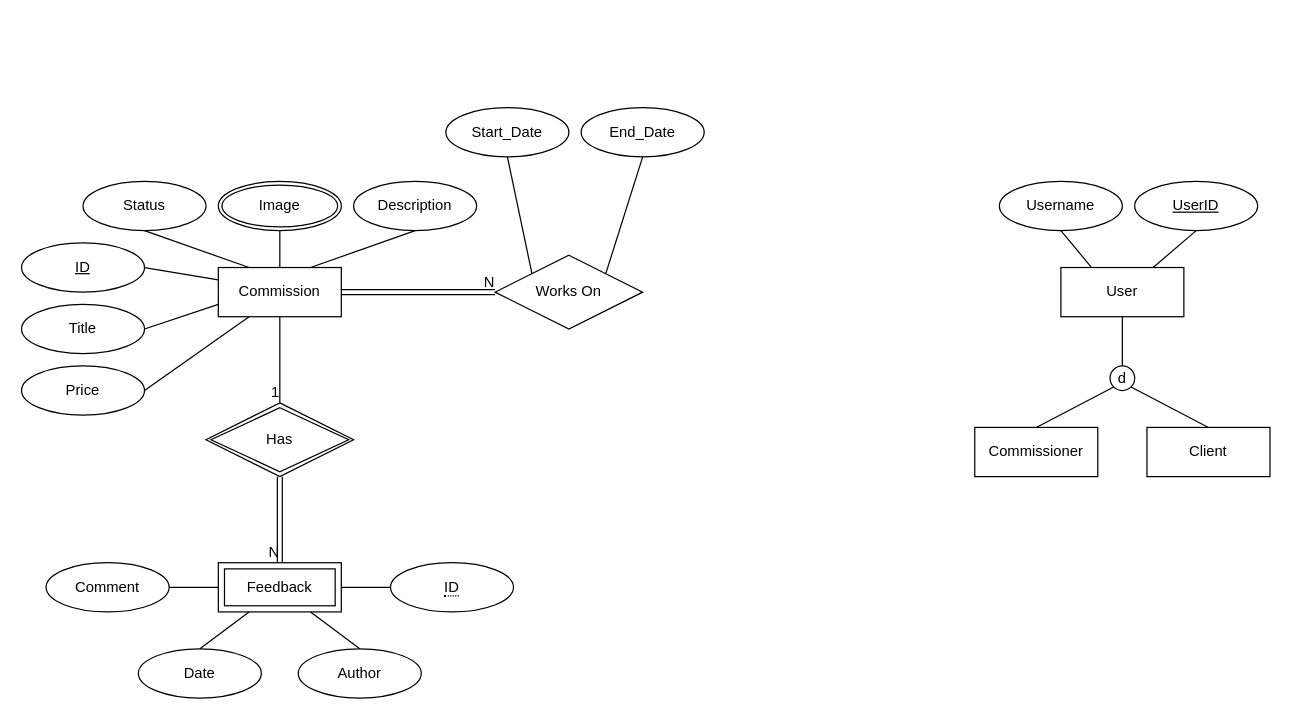
Before: Diagrams/Phase1.drawio in CocoaMilka/CS2300_Diagrams, a draw.io diagram. Source tidied: cells renumbered, new cells numbered last; positions are measured from the earlier drawing's top-left corner, leaving out a move shared by most shapes. Both pictures are drawn from the tidied source at 123%, with x=0, y=0 at pixel (21, 107).
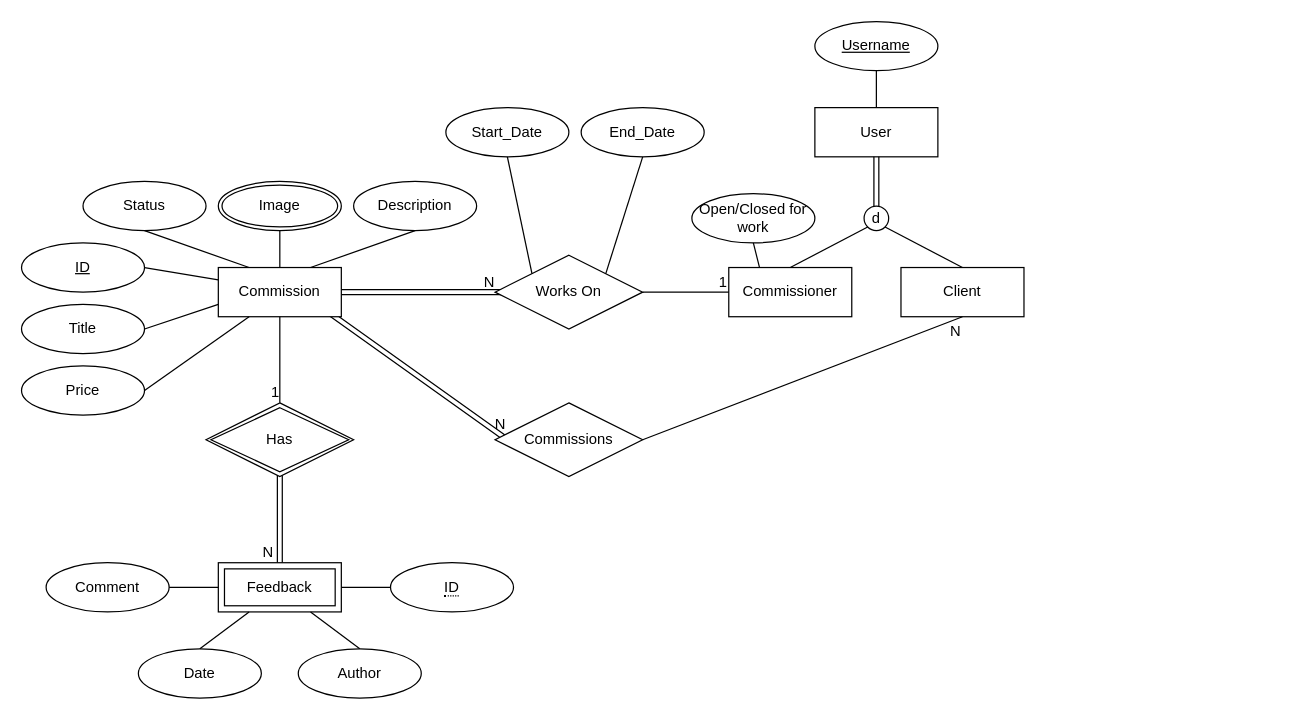
Above is the later version.

Unchanged cells that the change refers to:
```xml
<mxCell id="3" value="&lt;div&gt;Commission&lt;/div&gt;" style="whiteSpace=wrap;html=1;align=center;" parent="1" vertex="1">
  <mxGeometry x="160" y="130" width="100" height="40" as="geometry" />
</mxCell>
<mxCell id="4" value="Feedback" style="shape=ext;margin=3;double=1;whiteSpace=wrap;html=1;align=center;" parent="1" vertex="1">
  <mxGeometry x="160" y="370" width="100" height="40" as="geometry" />
</mxCell>
<mxCell id="6" value="Works On" style="shape=rhombus;perimeter=rhombusPerimeter;whiteSpace=wrap;html=1;align=center;" parent="1" vertex="1">
  <mxGeometry x="385" y="120" width="120" height="60" as="geometry" />
</mxCell>
<mxCell id="9" value="Has" style="shape=rhombus;double=1;perimeter=rhombusPerimeter;whiteSpace=wrap;html=1;align=center;" parent="1" vertex="1">
  <mxGeometry x="150" y="240" width="120" height="60" as="geometry" />
</mxCell>
```

Diff of the diagram source:
```diff
@@
+    <mxCell id="27" style="shape=link;html=1;rounded=0;entryX=0.5;entryY=0;entryDx=0;entryDy=0;exitX=0.5;exitY=0.833;exitDx=0;exitDy=0;exitPerimeter=0;" parent="1" edge="1" source="9" target="4">
+      <mxGeometry relative="1" as="geometry" />
+    </mxCell>
+    <mxCell id="28" value="N" style="html=1;align=right;verticalAlign=bottom;" parent="27" vertex="1">
+      <mxGeometry x="1" relative="1" as="geometry">
+        <mxPoint x="-5" as="offset" />
+      </mxGeometry>
+    </mxCell>
+    <mxCell id="7" style="shape=link;html=1;rounded=0;exitX=1;exitY=0.5;exitDx=0;exitDy=0;entryX=0.25;entryY=0.5;entryDx=0;entryDy=0;entryPerimeter=0;" parent="1" edge="1" source="3" target="6">
+      <mxGeometry relative="1" as="geometry" />
+    </mxCell>
+    <mxCell id="8" value="N" style="html=1;align=right;verticalAlign=bottom;" parent="7" vertex="1">
+      <mxGeometry x="1" relative="1" as="geometry">
+        <mxPoint x="-30" as="offset" />
+      </mxGeometry>
+    </mxCell>
+    <mxCell id="47" style="shape=link;html=1;rounded=0;shadow=0;exitX=0.808;exitY=0.75;exitDx=0;exitDy=0;exitPerimeter=0;" parent="1" edge="1" source="3">
+      <mxGeometry relative="1" as="geometry">
+        <mxPoint x="395" y="270" as="targetPoint" />
+      </mxGeometry>
+    </mxCell>
+    <mxCell id="48" value="N" style="html=1;whiteSpace=wrap;align=right;verticalAlign=bottom;" parent="47" vertex="1">
+      <mxGeometry x="1" relative="1" as="geometry">
+        <mxPoint y="-4" as="offset" />
+      </mxGeometry>
+    </mxCell>
     <mxCell id="2" value="Commissioner" style="whiteSpace=wrap;html=1;align=center;" parent="1" vertex="1">
-      <mxGeometry x="775" y="260" width="100" height="40" as="geometry" />
+      <mxGeometry x="575" y="130" width="100" height="40" as="geometry" />
     </mxCell>
@@
     <mxCell id="5" value="Client" style="whiteSpace=wrap;html=1;align=center;" parent="1" vertex="1">
-      <mxGeometry x="915" y="260" width="100" height="40" as="geometry" />
+      <mxGeometry x="715" y="130" width="100" height="40" as="geometry" />
     </mxCell>
@@
-    <mxCell id="7" style="shape=link;html=1;rounded=0;exitX=1;exitY=0.5;exitDx=0;exitDy=0;entryX=0;entryY=0.5;entryDx=0;entryDy=0;" parent="1" edge="1" source="3" target="6">
-      <mxGeometry relative="1" as="geometry" />
-    </mxCell>
-    <mxCell id="8" value="N" style="html=1;align=right;verticalAlign=bottom;" parent="7" vertex="1">
-      <mxGeometry x="1" relative="1" as="geometry" />
-    </mxCell>
@@
-    <mxCell id="27" style="shape=link;html=1;rounded=0;exitX=0.5;exitY=1;exitDx=0;exitDy=0;entryX=0.5;entryY=0;entryDx=0;entryDy=0;" parent="1" edge="1" source="9" target="4">
-      <mxGeometry relative="1" as="geometry" />
-    </mxCell>
-    <mxCell id="28" value="N" style="html=1;align=right;verticalAlign=bottom;" parent="27" vertex="1">
-      <mxGeometry x="1" relative="1" as="geometry" />
-    </mxCell>
@@
     <mxCell id="38" value="User" style="whiteSpace=wrap;html=1;align=center;" parent="1" vertex="1">
-      <mxGeometry x="845" y="130" width="100" height="40" as="geometry" />
+      <mxGeometry x="645" width="100" height="40" as="geometry" />
     </mxCell>
-    <mxCell id="39" value="UserID" style="ellipse;whiteSpace=wrap;html=1;align=center;fontStyle=4;" parent="1" vertex="1">
-      <mxGeometry x="905" y="60" width="100" height="40" as="geometry" />
+    <mxCell id="39" value="Username" style="ellipse;whiteSpace=wrap;html=1;align=center;fontStyle=4;" parent="1" vertex="1">
+      <mxGeometry x="645" y="-70" width="100" height="40" as="geometry" />
     </mxCell>
-    <mxCell id="40" value="Username" style="ellipse;whiteSpace=wrap;html=1;align=center;" parent="1" vertex="1">
-      <mxGeometry x="795" y="60" width="100" height="40" as="geometry" />
-    </mxCell>
-    <mxCell id="41" style="endArrow=none;html=1;rounded=0;exitX=0.25;exitY=0;exitDx=0;exitDy=0;entryX=0.5;entryY=1;entryDx=0;entryDy=0;" parent="1" edge="1" target="40">
-      <mxGeometry relative="1" as="geometry">
-        <mxPoint x="870" y="130" as="sourcePoint" />
-      </mxGeometry>
-    </mxCell>
-    <mxCell id="42" style="endArrow=none;html=1;rounded=0;exitX=0.75;exitY=0;exitDx=0;exitDy=0;entryX=0.5;entryY=1;entryDx=0;entryDy=0;" parent="1" edge="1" target="39">
-      <mxGeometry relative="1" as="geometry">
-        <mxPoint x="920" y="130" as="sourcePoint" />
-      </mxGeometry>
+    <mxCell id="42" style="endArrow=none;html=1;rounded=0;exitX=0.5;exitY=0;exitDx=0;exitDy=0;entryX=0.5;entryY=1;entryDx=0;entryDy=0;" parent="1" edge="1" source="38" target="39">
+      <mxGeometry relative="1" as="geometry" />
     </mxCell>
-    <mxCell id="43" style="endArrow=none;html=1;rounded=0;entryX=0.5;entryY=1;entryDx=0;entryDy=0;exitX=0.5;exitY=0;exitDx=0;exitDy=0;" parent="1" edge="1" source="44" target="38">
-      <mxGeometry relative="1" as="geometry" />
-    </mxCell>
     <mxCell id="44" value="d" style="ellipse;whiteSpace=wrap;html=1;" parent="1" vertex="1">
-      <mxGeometry x="885" y="210" width="20" height="20" as="geometry" />
+      <mxGeometry x="685" y="80" width="20" height="20" as="geometry" />
     </mxCell>
@@
+    <mxCell id="43" style="shape=link;html=1;rounded=0;entryX=0.5;entryY=1;entryDx=0;entryDy=0;exitX=0.5;exitY=0;exitDx=0;exitDy=0;" parent="1" edge="1" source="44" target="38">
+      <mxGeometry relative="1" as="geometry" />
+    </mxCell>
+    <mxCell id="49" style="html=1;whiteSpace=wrap;align=right;verticalAlign=bottom;" parent="43" vertex="1">
+      <mxGeometry x="1" relative="1" as="geometry" />
+    </mxCell>
+    <mxCell id="50" style="endArrow=none;html=1;rounded=0;exitX=1;exitY=0.5;exitDx=0;exitDy=0;entryX=0;entryY=0.5;entryDx=0;entryDy=0;" parent="1" edge="1" source="6" target="2">
+      <mxGeometry relative="1" as="geometry" />
+    </mxCell>
+    <mxCell id="51" value="1" style="html=1;whiteSpace=wrap;align=right;verticalAlign=bottom;" parent="50" vertex="1">
+      <mxGeometry x="1" relative="1" as="geometry" />
+    </mxCell>
+    <mxCell id="52" value="Commissions" style="shape=rhombus;perimeter=rhombusPerimeter;whiteSpace=wrap;html=1;align=center;" parent="1" vertex="1">
+      <mxGeometry x="385" y="240" width="120" height="60" as="geometry" />
+    </mxCell>
+    <mxCell id="53" style="endArrow=none;html=1;rounded=0;exitX=1;exitY=0.5;exitDx=0;exitDy=0;entryX=0.5;entryY=1;entryDx=0;entryDy=0;" parent="1" edge="1" source="52" target="5">
+      <mxGeometry relative="1" as="geometry" />
+    </mxCell>
+    <mxCell id="54" value="N" style="html=1;whiteSpace=wrap;align=right;verticalAlign=bottom;" parent="53" vertex="1">
+      <mxGeometry x="1" relative="1" as="geometry">
+        <mxPoint y="20" as="offset" />
+      </mxGeometry>
+    </mxCell>
+    <mxCell id="55" value="Open/Closed for work" style="ellipse;whiteSpace=wrap;html=1;align=center;" parent="1" vertex="1">
+      <mxGeometry x="545" y="70" width="100" height="40" as="geometry" />
+    </mxCell>
+    <mxCell id="56" style="endArrow=none;html=1;rounded=0;entryX=0.25;entryY=0;entryDx=0;entryDy=0;exitX=0.5;exitY=1;exitDx=0;exitDy=0;" parent="1" edge="1" source="55" target="2">
+      <mxGeometry relative="1" as="geometry" />
+    </mxCell>
```
